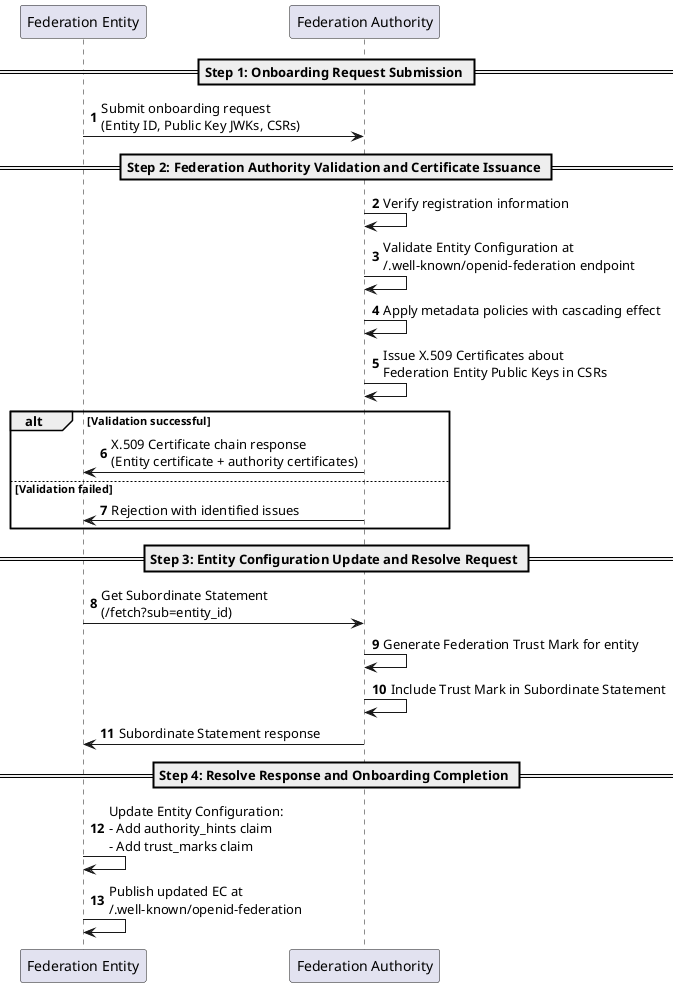
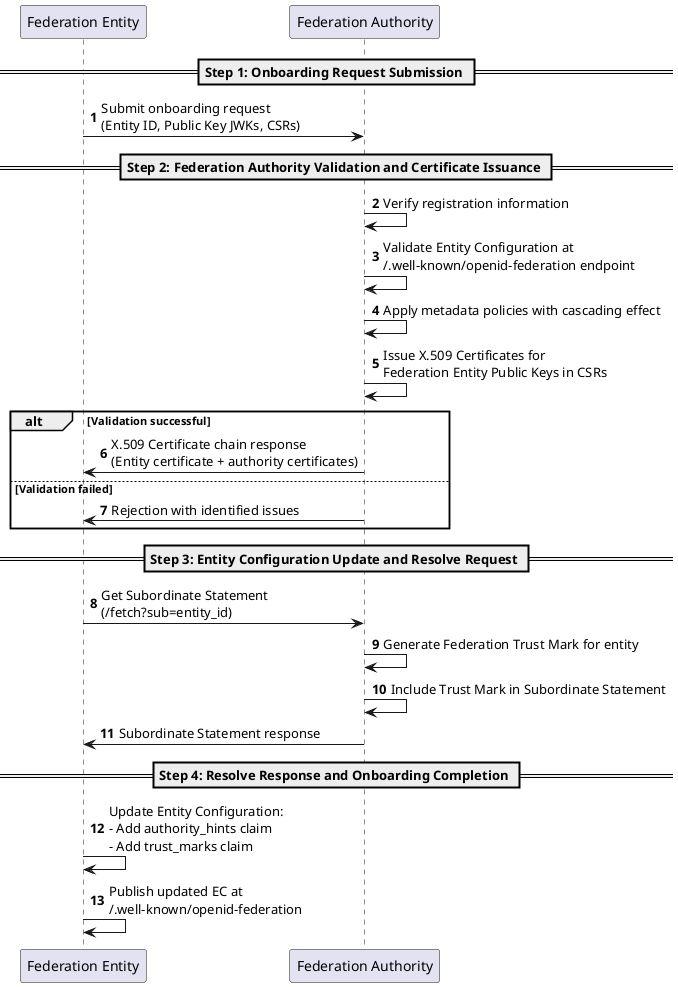
- @startuml
+ @startuml Federation Entity Onboarding Process
autonumber

participant "Federation Entity" as fe
participant "Federation Authority" as ta

== Step 1: Onboarding Request Submission ==

fe -> ta: Submit onboarding request\n(Entity ID, Public Key JWKs, CSRs)

== Step 2: Federation Authority Validation and Certificate Issuance ==

ta -> ta: Verify registration information
ta -> ta: Validate Entity Configuration at\n/.well-known/openid-federation endpoint
ta -> ta: Apply metadata policies with cascading effect
- ta -> ta: Issue X.509 Certificates about\nFederation Entity Public Keys in CSRs
+ ta -> ta: Issue X.509 Certificates for\nFederation Entity Public Keys in CSRs

alt Validation successful
    ta -> fe: X.509 Certificate chain response\n(Entity certificate + authority certificates)
else Validation failed
    ta -> fe: Rejection with identified issues
end

== Step 3: Entity Configuration Update and Resolve Request ==

fe -> ta: Get Subordinate Statement\n(/fetch?sub=entity_id)
ta -> ta: Generate Federation Trust Mark for entity
ta -> ta: Include Trust Mark in Subordinate Statement
ta -> fe: Subordinate Statement response

== Step 4: Resolve Response and Onboarding Completion ==

fe -> fe: Update Entity Configuration:\n- Add authority_hints claim\n- Add trust_marks claim
fe -> fe: Publish updated EC at\n/.well-known/openid-federation

@enduml